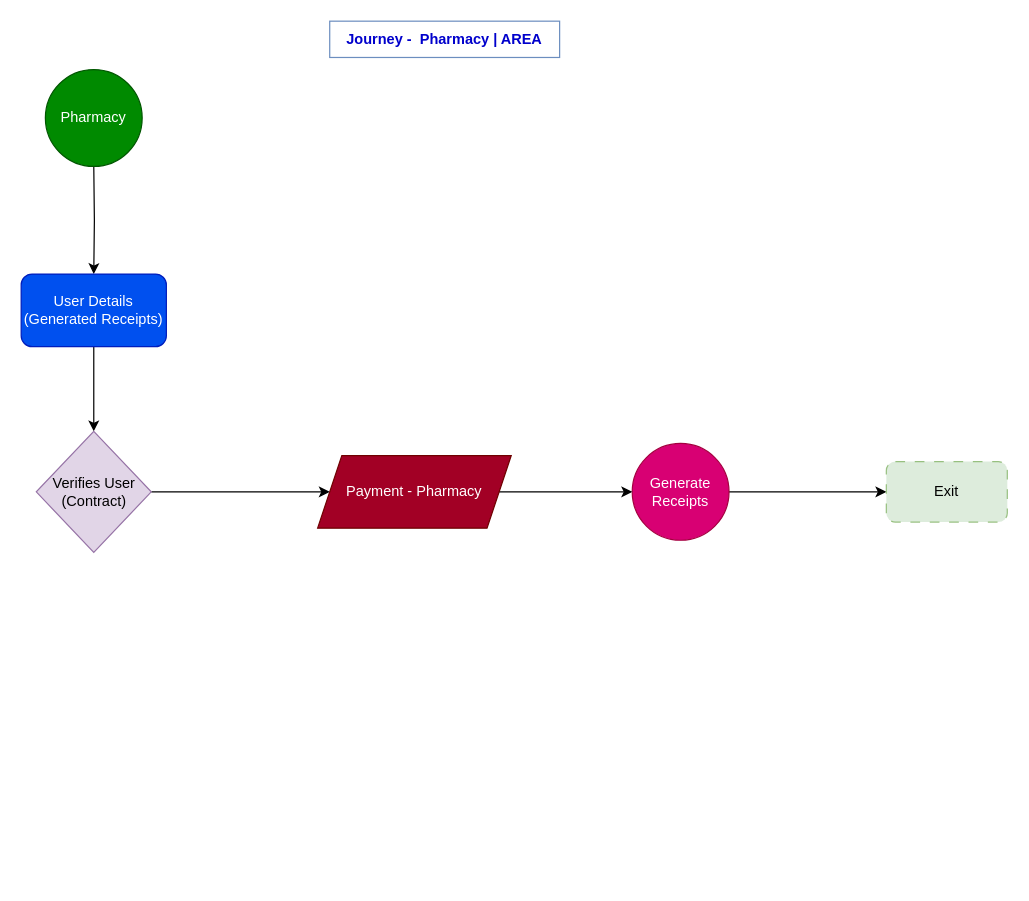
Before: Journey Pharmacy.drawio in dabiko/draw-io, a draw.io diagram. Source tidied: cells renumbered, new cells numbered last; positions are measured from the earlier drawing's top-left corner, leaving out a move shared by most shapes. Both pictures are drawn from the tidied source at 121%, with x=0, y=0 at pixel (21, 21).
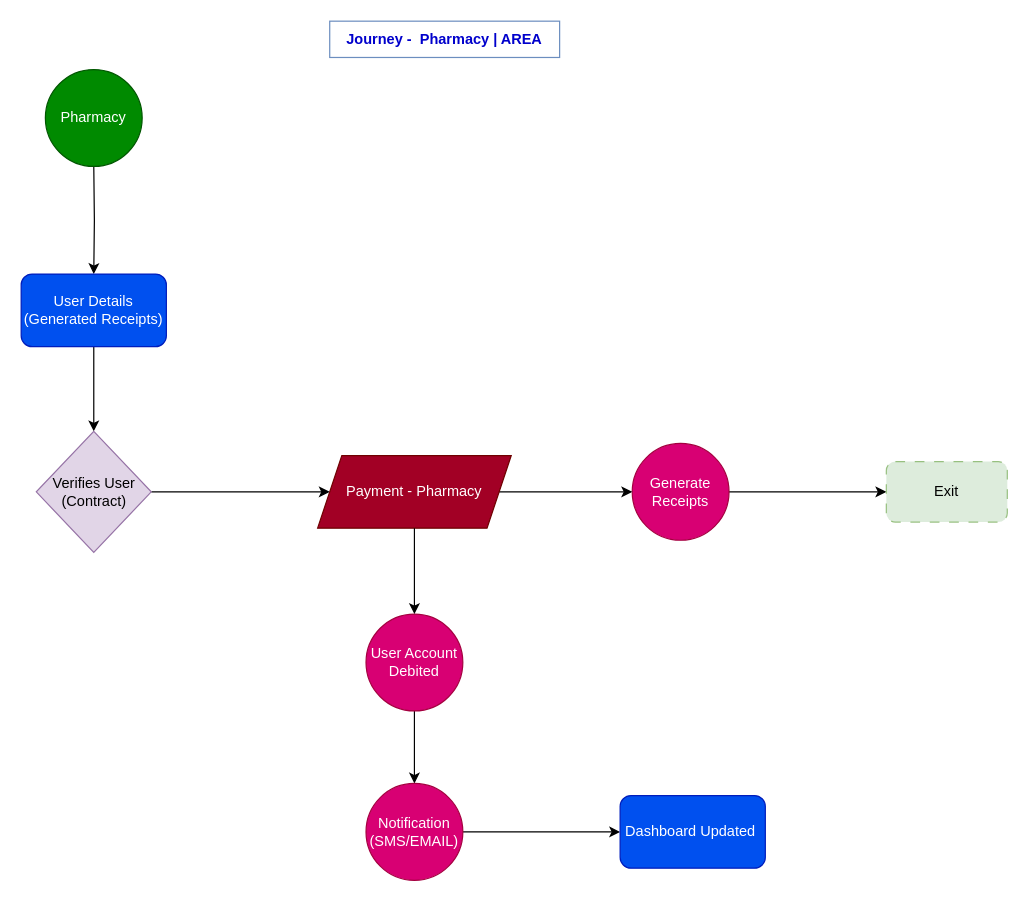
After the change.

Unchanged cells that the change refers to:
```xml
<mxCell id="12" value="Payment - Pharmacy" style="shape=parallelogram;perimeter=parallelogramPerimeter;whiteSpace=wrap;html=1;fixedSize=1;fillColor=#a20025;fontColor=#ffffff;strokeColor=#6F0000;" parent="1" vertex="1">
  <mxGeometry x="245" y="359" width="160" height="60" as="geometry" />
</mxCell>
```

The edit, as a diff of the source:
```diff
@@
+    <mxCell id="14" style="edgeStyle=orthogonalEdgeStyle;rounded=0;jettySize=auto;html=1;entryX=0.5;entryY=0;entryDx=0;entryDy=0;" parent="1" edge="1" source="15" target="17">
+      <mxGeometry relative="1" as="geometry" />
+    </mxCell>
+    <mxCell id="15" value="User Account Debited" style="ellipse;whiteSpace=wrap;html=1;fillColor=#d80073;strokeColor=#A50040;fontColor=#ffffff;" parent="1" vertex="1">
+      <mxGeometry x="285" y="490" width="80" height="80" as="geometry" />
+    </mxCell>
+    <mxCell id="16" style="edgeStyle=orthogonalEdgeStyle;rounded=0;jettySize=auto;html=1;entryX=0;entryY=0.5;entryDx=0;entryDy=0;" parent="1" edge="1" source="17" target="18">
+      <mxGeometry relative="1" as="geometry" />
+    </mxCell>
+    <mxCell id="17" value="Notification (SMS/EMAIL)" style="ellipse;whiteSpace=wrap;html=1;fillColor=#d80073;strokeColor=#A50040;fontColor=#ffffff;" parent="1" vertex="1">
+      <mxGeometry x="285" y="630" width="80" height="80" as="geometry" />
+    </mxCell>
+    <mxCell id="18" value="Dashboard Updated&amp;nbsp;" style="rounded=1;whiteSpace=wrap;html=1;fillColor=#0050ef;fontColor=#ffffff;strokeColor=#001DBC;" parent="1" vertex="1">
+      <mxGeometry x="495" y="640" width="120" height="60" as="geometry" />
+    </mxCell>
+    <mxCell id="19" style="edgeStyle=orthogonalEdgeStyle;rounded=0;jettySize=auto;html=1;entryX=0.5;entryY=0;entryDx=0;entryDy=0;entryPerimeter=0;" parent="1" edge="1" source="12" target="15">
+      <mxGeometry relative="1" as="geometry" />
+    </mxCell>
```
